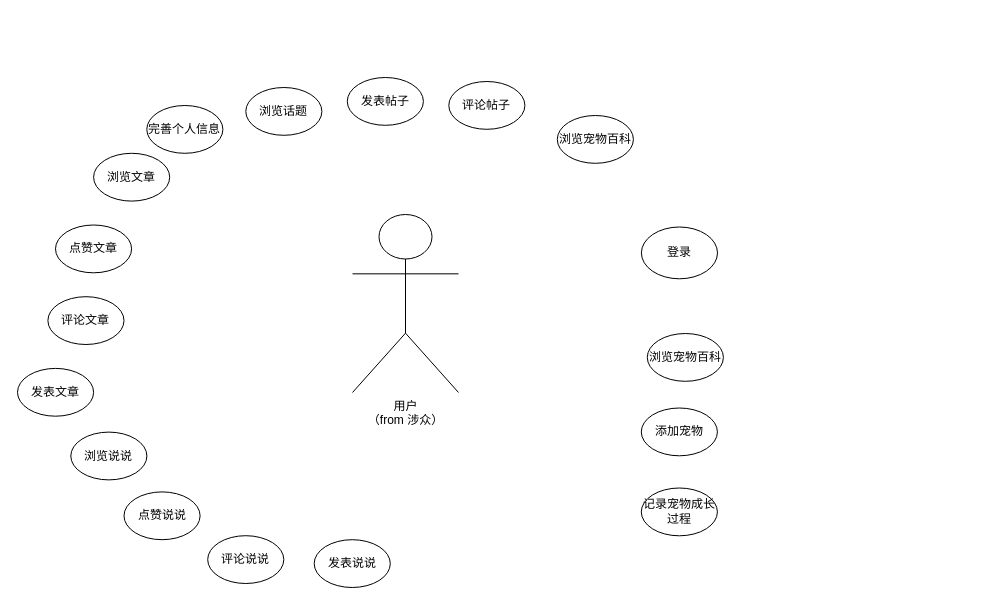
This is uml-业务模型.drawio from JMHello/draw, a draw.io file, before an edit. Source tidied: cells renumbered, new cells numbered last; positions are measured from the earlier drawing's top-left corner, leaving out a move shared by most shapes. Both pictures are drawn from the tidied source at 100%, with x=0, y=0 at pixel (17, 77).
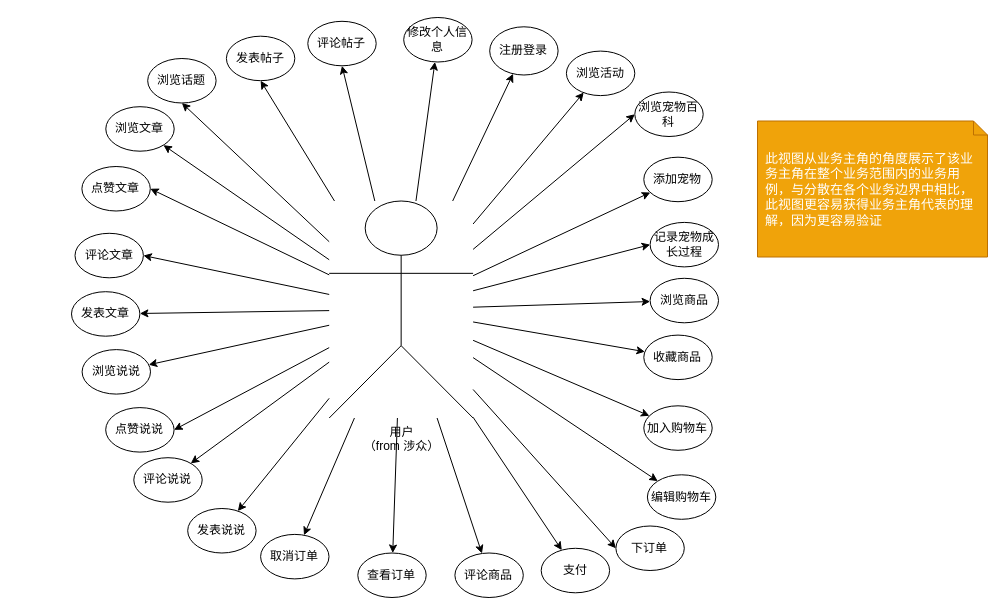
The same page after the edit.

The edit, as a diff of the source:
```diff
@@
+    <mxCell id="20" style="group;" parent="1" vertex="1">
+      <mxGeometry x="54" y="-60" width="647" height="580" as="geometry" />
+    </mxCell>
-    <mxCell id="2" value="用户&lt;br&gt;（from 涉众）&lt;br&gt;" style="shape=umlActor;verticalLabelPosition=bottom;labelBackgroundColor=#ffffff;verticalAlign=top;html=1;" parent="1" vertex="1">
-      <mxGeometry x="335" y="137" width="106" height="178" as="geometry" />
+    <mxCell id="2" value="用户&lt;br&gt;（from 涉众）&lt;br&gt;" style="shape=umlActor;verticalLabelPosition=bottom;labelBackgroundColor=#ffffff;verticalAlign=top;html=1;" parent="20" vertex="1">
+      <mxGeometry x="257.7" y="183.5" width="143.9" height="217" as="geometry" />
     </mxCell>
-    <mxCell id="3" value="登录" style="ellipse;whiteSpace=wrap;html=1;" parent="1" vertex="1">
-      <mxGeometry x="623.9" y="149.5" width="76.1" height="51.8" as="geometry" />
+    <mxCell id="3" value="注册登录" style="ellipse;whiteSpace=wrap;html=1;" parent="20" vertex="1">
+      <mxGeometry x="418.2" y="9.3" width="68.4" height="48.2" as="geometry" />
     </mxCell>
+    <mxCell id="21" style="edgeStyle=none;rounded=0;jettySize=auto;html=1;" parent="20" edge="1" source="2" target="3">
+      <mxGeometry relative="1" as="geometry" />
+    </mxCell>
-    <mxCell id="4" value="浏览话题" style="ellipse;whiteSpace=wrap;html=1;" parent="1" vertex="1">
-      <mxGeometry x="228.3" y="10" width="76.1" height="47.8" as="geometry" />
+    <mxCell id="4" value="浏览话题" style="ellipse;whiteSpace=wrap;html=1;" parent="20" vertex="1">
+      <mxGeometry x="76.2" y="41" width="68.4" height="44.5" as="geometry" />
     </mxCell>
+    <mxCell id="22" style="edgeStyle=none;rounded=0;jettySize=auto;html=1;entryX=0.5;entryY=1;entryDx=0;entryDy=0;" parent="20" edge="1" source="2" target="4">
+      <mxGeometry relative="1" as="geometry" />
+    </mxCell>
-    <mxCell id="5" value="浏览文章" style="ellipse;whiteSpace=wrap;html=1;" parent="1" vertex="1">
-      <mxGeometry x="76.1" y="75.8" width="76.1" height="47.8" as="geometry" />
+    <mxCell id="5" value="浏览文章" style="ellipse;whiteSpace=wrap;html=1;" parent="20" vertex="1">
+      <mxGeometry x="34.3" y="89.2" width="68.4" height="44.5" as="geometry" />
     </mxCell>
+    <mxCell id="23" style="edgeStyle=none;rounded=0;jettySize=auto;html=1;" parent="20" edge="1" source="2" target="5">
+      <mxGeometry relative="1" as="geometry" />
+    </mxCell>
-    <mxCell id="6" value="点赞文章" style="ellipse;whiteSpace=wrap;html=1;" parent="1" vertex="1">
-      <mxGeometry x="38" y="147.5" width="76.1" height="47.8" as="geometry" />
+    <mxCell id="6" value="点赞文章" style="ellipse;whiteSpace=wrap;html=1;" parent="20" vertex="1">
+      <mxGeometry x="10.4" y="149" width="68.4" height="44.5" as="geometry" />
     </mxCell>
+    <mxCell id="24" style="edgeStyle=none;rounded=0;jettySize=auto;html=1;entryX=1;entryY=0.5;entryDx=0;entryDy=0;" parent="20" edge="1" source="2" target="6">
+      <mxGeometry relative="1" as="geometry" />
+    </mxCell>
-    <mxCell id="7" value="完善个人信息" style="ellipse;whiteSpace=wrap;html=1;" parent="1" vertex="1">
-      <mxGeometry x="129.3" y="28" width="76.1" height="47.8" as="geometry" />
+    <mxCell id="7" value="修改个人信息" style="ellipse;whiteSpace=wrap;html=1;" parent="20" vertex="1">
+      <mxGeometry x="332.2" width="68.4" height="44.5" as="geometry" />
     </mxCell>
+    <mxCell id="25" style="edgeStyle=none;rounded=0;jettySize=auto;html=1;" parent="20" edge="1" source="2" target="7">
+      <mxGeometry relative="1" as="geometry" />
+    </mxCell>
-    <mxCell id="8" value="评论文章" style="ellipse;whiteSpace=wrap;html=1;" parent="1" vertex="1">
-      <mxGeometry x="30.4" y="219.2" width="76.1" height="47.8" as="geometry" />
+    <mxCell id="8" value="评论文章" style="ellipse;whiteSpace=wrap;html=1;" parent="20" vertex="1">
+      <mxGeometry x="3.5" y="215.8" width="68.4" height="44.5" as="geometry" />
     </mxCell>
+    <mxCell id="26" style="edgeStyle=none;rounded=0;jettySize=auto;html=1;entryX=1;entryY=0.5;entryDx=0;entryDy=0;" parent="20" edge="1" source="2" target="8">
+      <mxGeometry relative="1" as="geometry" />
+    </mxCell>
-    <mxCell id="9" value="发表文章" style="ellipse;whiteSpace=wrap;html=1;" parent="1" vertex="1">
-      <mxGeometry y="290.9" width="76.1" height="47.8" as="geometry" />
+    <mxCell id="9" value="发表文章" style="ellipse;whiteSpace=wrap;html=1;" parent="20" vertex="1">
+      <mxGeometry y="274.2" width="68.4" height="44.5" as="geometry" />
     </mxCell>
+    <mxCell id="27" style="edgeStyle=none;rounded=0;jettySize=auto;html=1;" parent="20" edge="1" source="2" target="9">
+      <mxGeometry relative="1" as="geometry" />
+    </mxCell>
-    <mxCell id="10" value="点赞说说" style="ellipse;whiteSpace=wrap;html=1;" parent="1" vertex="1">
-      <mxGeometry x="106.5" y="414.4" width="76.1" height="47.8" as="geometry" />
+    <mxCell id="10" value="点赞说说" style="ellipse;whiteSpace=wrap;html=1;" parent="20" vertex="1">
+      <mxGeometry x="34.2" y="390.1" width="68.4" height="44.5" as="geometry" />
     </mxCell>
+    <mxCell id="28" style="edgeStyle=none;rounded=0;jettySize=auto;html=1;entryX=1;entryY=0.5;entryDx=0;entryDy=0;" parent="20" edge="1" source="2" target="10">
+      <mxGeometry relative="1" as="geometry" />
+    </mxCell>
-    <mxCell id="11" value="浏览说说" style="ellipse;whiteSpace=wrap;html=1;" parent="1" vertex="1">
-      <mxGeometry x="53.3" y="354.6" width="76.1" height="47.8" as="geometry" />
+    <mxCell id="11" value="浏览说说" style="ellipse;whiteSpace=wrap;html=1;" parent="20" vertex="1">
+      <mxGeometry x="10.6" y="332.1" width="68.4" height="44.5" as="geometry" />
     </mxCell>
+    <mxCell id="29" style="edgeStyle=none;rounded=0;jettySize=auto;html=1;" parent="20" edge="1" source="2" target="11">
+      <mxGeometry relative="1" as="geometry" />
+    </mxCell>
-    <mxCell id="12" value="评论说说" style="ellipse;whiteSpace=wrap;html=1;" parent="1" vertex="1">
-      <mxGeometry x="190.2" y="458.2" width="76.1" height="47.8" as="geometry" />
+    <mxCell id="12" value="评论说说" style="ellipse;whiteSpace=wrap;html=1;" parent="20" vertex="1">
+      <mxGeometry x="62.3" y="440.2" width="68.4" height="44.5" as="geometry" />
     </mxCell>
+    <mxCell id="30" style="edgeStyle=none;rounded=0;jettySize=auto;html=1;" parent="20" edge="1" source="2" target="12">
+      <mxGeometry relative="1" as="geometry" />
+    </mxCell>
-    <mxCell id="13" value="发表说说" style="ellipse;whiteSpace=wrap;html=1;" parent="1" vertex="1">
-      <mxGeometry x="296.7" y="462.2" width="76.1" height="47.8" as="geometry" />
+    <mxCell id="13" value="发表说说" style="ellipse;whiteSpace=wrap;html=1;" parent="20" vertex="1">
+      <mxGeometry x="116.2" y="491" width="68.4" height="44.5" as="geometry" />
     </mxCell>
+    <mxCell id="31" style="edgeStyle=none;rounded=0;jettySize=auto;html=1;" parent="20" edge="1" source="2" target="13">
+      <mxGeometry relative="1" as="geometry" />
+    </mxCell>
-    <mxCell id="14" value="发表帖子" style="ellipse;whiteSpace=wrap;html=1;" parent="1" vertex="1">
-      <mxGeometry x="329.8" width="76.1" height="47.8" as="geometry" />
+    <mxCell id="14" value="发表帖子" style="ellipse;whiteSpace=wrap;html=1;" parent="20" vertex="1">
+      <mxGeometry x="154.9" y="18.7" width="68.4" height="44.5" as="geometry" />
     </mxCell>
+    <mxCell id="32" style="edgeStyle=none;rounded=0;jettySize=auto;html=1;entryX=0.5;entryY=1;entryDx=0;entryDy=0;" parent="20" edge="1" source="2" target="14">
+      <mxGeometry relative="1" as="geometry" />
+    </mxCell>
-    <mxCell id="15" value="评论帖子" style="ellipse;whiteSpace=wrap;html=1;" parent="1" vertex="1">
-      <mxGeometry x="431.3" y="4" width="76.1" height="47.8" as="geometry" />
+    <mxCell id="15" value="评论帖子" style="ellipse;whiteSpace=wrap;html=1;" parent="20" vertex="1">
+      <mxGeometry x="236.3" y="3.8" width="68.4" height="44.5" as="geometry" />
     </mxCell>
+    <mxCell id="33" style="rounded=0;jettySize=auto;html=1;entryX=0.5;entryY=1;entryDx=0;entryDy=0;" parent="20" edge="1" source="2" target="15">
+      <mxGeometry relative="1" as="geometry" />
+    </mxCell>
-    <mxCell id="16" value="浏览宠物百科" style="ellipse;whiteSpace=wrap;html=1;" parent="1" vertex="1">
-      <mxGeometry x="539.8" y="38" width="76.1" height="47.8" as="geometry" />
+    <mxCell id="16" value="浏览活动" style="ellipse;whiteSpace=wrap;html=1;" parent="20" vertex="1">
+      <mxGeometry x="494.9" y="33.6" width="68.4" height="44.5" as="geometry" />
     </mxCell>
+    <mxCell id="34" style="edgeStyle=none;rounded=0;jettySize=auto;html=1;entryX=0.253;entryY=0.931;entryDx=0;entryDy=0;entryPerimeter=0;" parent="20" edge="1" source="2" target="16">
+      <mxGeometry relative="1" as="geometry" />
+    </mxCell>
-    <mxCell id="17" value="浏览宠物百科" style="ellipse;whiteSpace=wrap;html=1;" parent="1" vertex="1">
-      <mxGeometry x="629.8" y="256" width="76.1" height="47.8" as="geometry" />
+    <mxCell id="17" value="浏览宠物百科" style="ellipse;whiteSpace=wrap;html=1;" parent="20" vertex="1">
+      <mxGeometry x="563.3" y="74.5" width="68.4" height="44.5" as="geometry" />
     </mxCell>
+    <mxCell id="35" style="edgeStyle=none;rounded=0;jettySize=auto;html=1;entryX=0;entryY=0.5;entryDx=0;entryDy=0;" parent="20" edge="1" source="2" target="17">
+      <mxGeometry relative="1" as="geometry" />
+    </mxCell>
-    <mxCell id="18" value="添加宠物" style="ellipse;whiteSpace=wrap;html=1;" parent="1" vertex="1">
-      <mxGeometry x="623.8" y="330.5" width="76.1" height="47.8" as="geometry" />
+    <mxCell id="18" value="添加宠物" style="ellipse;whiteSpace=wrap;html=1;" parent="20" vertex="1">
+      <mxGeometry x="572.3" y="139.7" width="68.4" height="44.5" as="geometry" />
     </mxCell>
+    <mxCell id="36" style="edgeStyle=none;rounded=0;jettySize=auto;html=1;" parent="20" edge="1" source="2" target="18">
+      <mxGeometry relative="1" as="geometry" />
+    </mxCell>
-    <mxCell id="19" value="记录宠物成长过程" style="ellipse;whiteSpace=wrap;html=1;" parent="1" vertex="1">
-      <mxGeometry x="623.8" y="410.5" width="76.1" height="47.8" as="geometry" />
+    <mxCell id="19" value="记录宠物成长过程" style="ellipse;whiteSpace=wrap;html=1;" parent="20" vertex="1">
+      <mxGeometry x="578.6" y="204.9" width="68.4" height="44.5" as="geometry" />
     </mxCell>
+    <mxCell id="37" style="edgeStyle=none;rounded=0;jettySize=auto;html=1;entryX=0;entryY=0.5;entryDx=0;entryDy=0;" parent="20" edge="1" source="2" target="19">
+      <mxGeometry relative="1" as="geometry" />
+    </mxCell>
+    <mxCell id="38" value="浏览商品" style="ellipse;whiteSpace=wrap;html=1;" parent="20" vertex="1">
+      <mxGeometry x="578.6" y="260.8" width="68.4" height="44.5" as="geometry" />
+    </mxCell>
+    <mxCell id="39" style="edgeStyle=none;rounded=0;jettySize=auto;html=1;" parent="20" edge="1" source="2" target="38">
+      <mxGeometry relative="1" as="geometry" />
+    </mxCell>
+    <mxCell id="40" value="收藏商品" style="ellipse;whiteSpace=wrap;html=1;" parent="20" vertex="1">
+      <mxGeometry x="572.3" y="317.6" width="68.4" height="44.5" as="geometry" />
+    </mxCell>
+    <mxCell id="41" style="edgeStyle=none;rounded=0;jettySize=auto;html=1;" parent="20" edge="1" source="2" target="40">
+      <mxGeometry relative="1" as="geometry" />
+    </mxCell>
+    <mxCell id="42" value="加入购物车" style="ellipse;whiteSpace=wrap;html=1;" parent="20" vertex="1">
+      <mxGeometry x="572.3" y="388.3" width="68.4" height="44.5" as="geometry" />
+    </mxCell>
+    <mxCell id="43" style="edgeStyle=none;rounded=0;jettySize=auto;html=1;" parent="20" edge="1" source="2" target="42">
+      <mxGeometry relative="1" as="geometry" />
+    </mxCell>
+    <mxCell id="44" value="编辑购物车" style="ellipse;whiteSpace=wrap;html=1;" parent="20" vertex="1">
+      <mxGeometry x="575.9" y="457.3" width="68.4" height="44.5" as="geometry" />
+    </mxCell>
+    <mxCell id="45" style="edgeStyle=none;rounded=0;jettySize=auto;html=1;" parent="20" edge="1" source="2" target="44">
+      <mxGeometry relative="1" as="geometry" />
+    </mxCell>
+    <mxCell id="46" value="下订单" style="ellipse;whiteSpace=wrap;html=1;" parent="20" vertex="1">
+      <mxGeometry x="544.4" y="508.5" width="68.4" height="44.5" as="geometry" />
+    </mxCell>
+    <mxCell id="47" style="edgeStyle=none;rounded=0;jettySize=auto;html=1;entryX=0;entryY=0.5;entryDx=0;entryDy=0;" parent="20" edge="1" source="2" target="46">
+      <mxGeometry relative="1" as="geometry" />
+    </mxCell>
+    <mxCell id="48" value="支付" style="ellipse;whiteSpace=wrap;html=1;" parent="20" vertex="1">
+      <mxGeometry x="469.7" y="530.8" width="68.4" height="44.5" as="geometry" />
+    </mxCell>
+    <mxCell id="49" style="edgeStyle=none;rounded=0;jettySize=auto;html=1;" parent="20" edge="1" source="2" target="48">
+      <mxGeometry relative="1" as="geometry" />
+    </mxCell>
+    <mxCell id="50" value="取消订单" style="ellipse;whiteSpace=wrap;html=1;" parent="20" vertex="1">
+      <mxGeometry x="189.1" y="516.9" width="68.4" height="44.5" as="geometry" />
+    </mxCell>
+    <mxCell id="51" style="edgeStyle=none;rounded=0;jettySize=auto;html=1;" parent="20" edge="1" source="2" target="50">
+      <mxGeometry relative="1" as="geometry" />
+    </mxCell>
+    <mxCell id="52" value="查看订单" style="ellipse;whiteSpace=wrap;html=1;" parent="20" vertex="1">
+      <mxGeometry x="286.3" y="535.5" width="68.4" height="44.5" as="geometry" />
+    </mxCell>
+    <mxCell id="53" style="edgeStyle=none;rounded=0;jettySize=auto;html=1;" parent="20" edge="1" source="2" target="52">
+      <mxGeometry relative="1" as="geometry" />
+    </mxCell>
+    <mxCell id="54" value="评论商品" style="ellipse;whiteSpace=wrap;html=1;" parent="20" vertex="1">
+      <mxGeometry x="383.4" y="535.5" width="68.4" height="44.5" as="geometry" />
+    </mxCell>
+    <mxCell id="55" style="edgeStyle=none;rounded=0;jettySize=auto;html=1;" parent="20" edge="1" source="2" target="54">
+      <mxGeometry relative="1" as="geometry" />
+    </mxCell>
+    <mxCell id="56" value="此视图从业务主角的角度展示了该业务主角在整个业务范围内的业务用例，与分散在各个业务边界中相比，此视图更容易获得业务主角代表的理解，因为更容易验证" style="shape=note;whiteSpace=wrap;html=1;size=14;verticalAlign=middle;align=left;spacingTop=0;fillColor=#f0a30a;strokeColor=#BD7000;fontColor=#ffffff;spacingLeft=6;spacingRight=6;fontSize=13;" parent="1" vertex="1">
+      <mxGeometry x="740" y="43.5" width="230" height="136" as="geometry" />
+    </mxCell>
```
